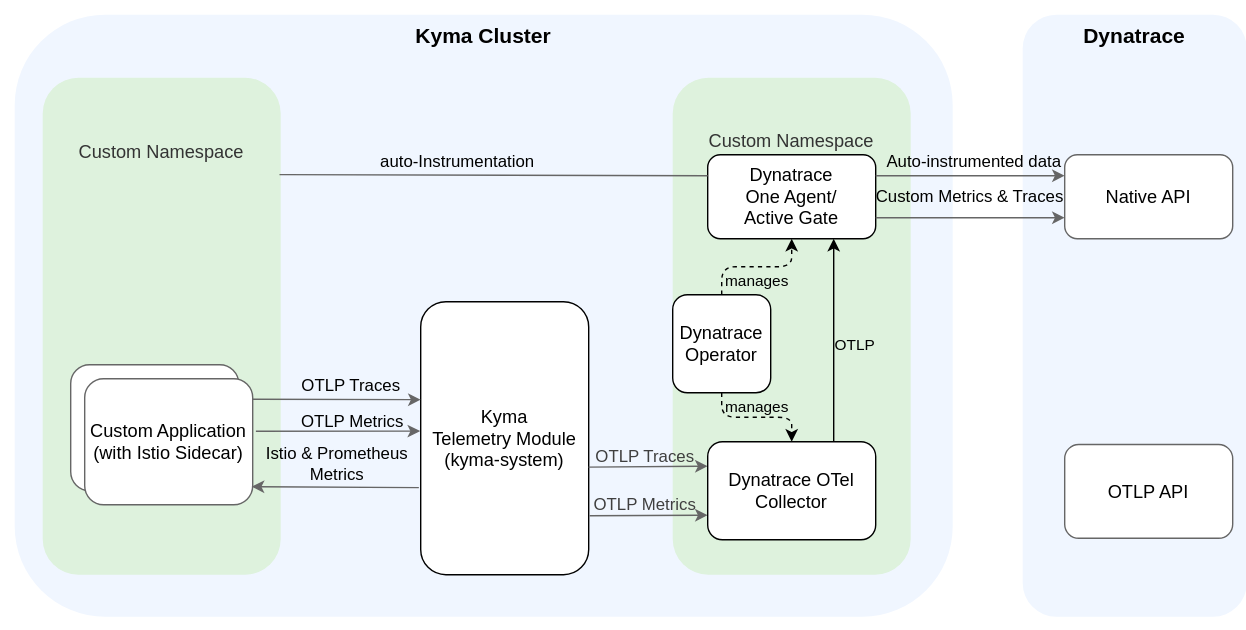
This is docs/user/integration/assets/dynatrace.drawio.svg from kyma-project/telemetry-manager, a draw.io export, as it was before one commit. Source tidied: cells renumbered, new cells last; positions are measured from the earlier drawing's top-left corner, leaving out a move shared by most shapes.
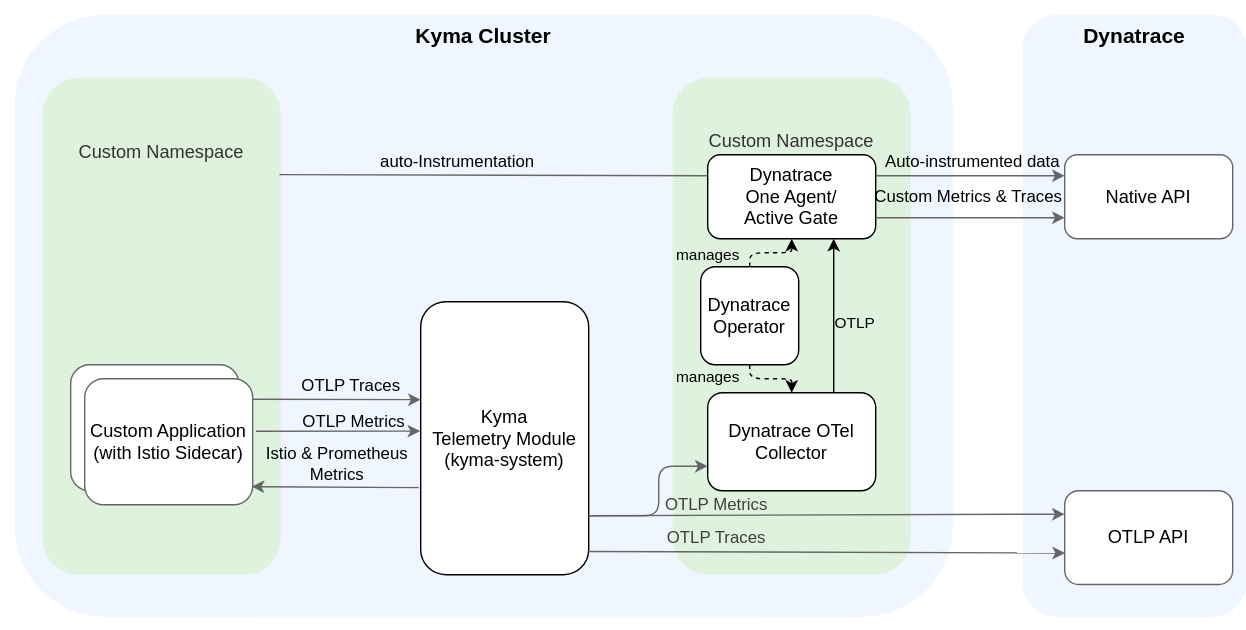
After the change.

Change to the diagram source:
```diff
@@ -20,12 +20,12 @@
     <mxCell id="7" value="&lt;font style=&quot;font-size: 15px;&quot;&gt;&lt;b&gt;Dynatrace&lt;br&gt;&lt;/b&gt;&lt;/font&gt;" style="rounded=1;whiteSpace=wrap;html=1;fillColor=#F0F6FF;strokeColor=none;verticalAlign=top;" parent="1" vertex="1">
       <mxGeometry x="730" y="10" width="160" height="430" as="geometry" />
     </mxCell>
-    <mxCell id="8" style="edgeStyle=none;rounded=1;jettySize=auto;html=1;exitX=0.999;exitY=0.606;exitDx=0;exitDy=0;entryX=0;entryY=0.25;entryDx=0;entryDy=0;strokeColor=#666666;exitPerimeter=0;" parent="1" edge="1" source="6" target="27">
+    <mxCell id="8" style="edgeStyle=none;rounded=1;jettySize=auto;html=1;exitX=0.998;exitY=0.915;exitDx=0;exitDy=0;entryX=0.002;entryY=0.665;entryDx=0;entryDy=0;strokeColor=#666666;exitPerimeter=0;entryPerimeter=0;" parent="1" edge="1" source="6" target="33">
       <mxGeometry relative="1" as="geometry" />
     </mxCell>
     <mxCell id="9" value="&lt;span style=&quot;color: rgb(63, 63, 63); font-size: 12px;&quot;&gt;OTLP Traces&lt;/span&gt;" style="edgeLabel;html=1;align=center;verticalAlign=middle;labelBackgroundColor=none;" parent="8" vertex="1">
       <mxGeometry x="-0.06" y="1" relative="1" as="geometry">
-        <mxPoint y="-6" as="offset" />
+        <mxPoint x="-70" y="-9" as="offset" />
       </mxGeometry>
     </mxCell>
     <mxCell id="10" style="edgeStyle=none;rounded=1;jettySize=auto;html=1;exitX=0.996;exitY=0.163;exitDx=0;exitDy=0;strokeColor=#666666;exitPerimeter=0;" parent="1" edge="1" source="23">
@@ -52,12 +52,12 @@
     <mxCell id="15" value="&lt;span style=&quot;font-size: 13px;&quot;&gt;Dynatrace&lt;br&gt;One Agent/&lt;br&gt;Active Gate&lt;/span&gt;" style="rounded=1;whiteSpace=wrap;html=1;fillColor=#FFFFFF;strokeColor=default;" parent="1" vertex="1">
       <mxGeometry x="505" y="110" width="120" height="60" as="geometry" />
     </mxCell>
-    <mxCell id="16" style="edgeStyle=none;rounded=1;jettySize=auto;html=1;exitX=1.005;exitY=0.784;exitDx=0;exitDy=0;entryX=0;entryY=0.75;entryDx=0;entryDy=0;strokeColor=#666666;exitPerimeter=0;" parent="1" edge="1" source="6" target="27">
+    <mxCell id="16" style="edgeStyle=none;rounded=1;jettySize=auto;html=1;entryX=0;entryY=0.25;entryDx=0;entryDy=0;strokeColor=#666666;exitX=1;exitY=0.784;exitDx=0;exitDy=0;exitPerimeter=0;" parent="1" edge="1" source="6" target="33">
       <mxGeometry relative="1" as="geometry" />
     </mxCell>
     <mxCell id="17" value="&lt;span style=&quot;color: rgb(63, 63, 63); font-size: 12px;&quot;&gt;OTLP Metrics&lt;/span&gt;" style="edgeLabel;html=1;align=center;verticalAlign=middle;labelBackgroundColor=none;" parent="16" vertex="1">
       <mxGeometry x="-0.49" relative="1" as="geometry">
-        <mxPoint x="18" y="-8" as="offset" />
+        <mxPoint x="4" y="-8" as="offset" />
       </mxGeometry>
     </mxCell>
     <mxCell id="18" style="edgeStyle=orthogonalEdgeStyle;rounded=0;orthogonalLoop=1;jettySize=auto;html=1;exitX=0.5;exitY=1;exitDx=0;exitDy=0;" parent="1" edge="1" source="6" target="6">
@@ -94,14 +94,14 @@
       </mxGeometry>
     </mxCell>
     <mxCell id="27" value="&lt;span style=&quot;font-size: 13px;&quot;&gt;Dynatrace OTel Collector&lt;/span&gt;" style="rounded=1;whiteSpace=wrap;html=1;fillColor=#FFFFFF;strokeColor=default;" parent="1" vertex="1">
-      <mxGeometry x="505" y="315" width="120" height="70" as="geometry" />
+      <mxGeometry x="505" y="280" width="120" height="70" as="geometry" />
     </mxCell>
     <mxCell id="28" style="edgeStyle=orthogonalEdgeStyle;html=1;exitX=0.5;exitY=1;exitDx=0;exitDy=0;dashed=1;" parent="1" edge="1" source="32" target="27">
       <mxGeometry relative="1" as="geometry" />
     </mxCell>
     <mxCell id="29" value="manages" style="edgeLabel;html=1;align=center;verticalAlign=middle;labelBackgroundColor=none;" parent="28" vertex="1">
       <mxGeometry x="-0.1" y="1" relative="1" as="geometry">
-        <mxPoint x="4" y="-7" as="offset" />
+        <mxPoint x="-43" as="offset" />
       </mxGeometry>
     </mxCell>
     <mxCell id="30" style="edgeStyle=orthogonalEdgeStyle;html=1;exitX=0.5;exitY=0;exitDx=0;exitDy=0;entryX=0.5;entryY=1;entryDx=0;entryDy=0;dashed=1;" parent="1" edge="1" source="32" target="15">
@@ -109,14 +109,14 @@
     </mxCell>
     <mxCell id="31" value="manages" style="edgeLabel;html=1;align=center;verticalAlign=middle;labelBackgroundColor=none;" parent="30" vertex="1">
       <mxGeometry x="-0.2" y="-3" relative="1" as="geometry">
-        <mxPoint x="9" y="7" as="offset" />
+        <mxPoint x="-40" y="-1" as="offset" />
       </mxGeometry>
     </mxCell>
     <mxCell id="32" value="&lt;span style=&quot;font-size: 13px;&quot;&gt;Dynatrace Operator&lt;/span&gt;" style="rounded=1;whiteSpace=wrap;html=1;fillColor=#FFFFFF;strokeColor=default;" parent="1" vertex="1">
-      <mxGeometry x="480" y="210" width="70" height="70" as="geometry" />
+      <mxGeometry x="500" y="190" width="70" height="70" as="geometry" />
     </mxCell>
     <mxCell id="33" value="OTLP API" style="rounded=1;whiteSpace=wrap;html=1;fontSize=13;fontStyle=0;strokeColor=#666666;" parent="1" vertex="1">
-      <mxGeometry x="760" y="317" width="120" height="67" as="geometry" />
+      <mxGeometry x="760" y="350" width="120" height="67" as="geometry" />
     </mxCell>
     <mxCell id="34" style="rounded=1;jettySize=auto;html=1;exitX=1;exitY=0.75;exitDx=0;exitDy=0;strokeColor=#666666;entryX=0;entryY=0.75;entryDx=0;entryDy=0;" parent="1" edge="1" source="15" target="24">
       <mxGeometry relative="1" as="geometry" />
@@ -134,5 +134,13 @@
         <mxPoint x="-5" y="-19" as="offset" />
       </mxGeometry>
     </mxCell>
+    <mxCell id="38" style="edgeStyle=orthogonalEdgeStyle;rounded=1;jettySize=auto;html=1;entryX=0;entryY=0.75;entryDx=0;entryDy=0;strokeColor=#666666;exitX=1;exitY=0.784;exitDx=0;exitDy=0;exitPerimeter=0;" parent="1" edge="1" source="6" target="27">
+      <mxGeometry relative="1" as="geometry">
+        <Array as="points">
+          <mxPoint x="470" y="368" />
+          <mxPoint x="470" y="333" />
+        </Array>
+      </mxGeometry>
+    </mxCell>
   </root>
 </mxGraphModel>
```
